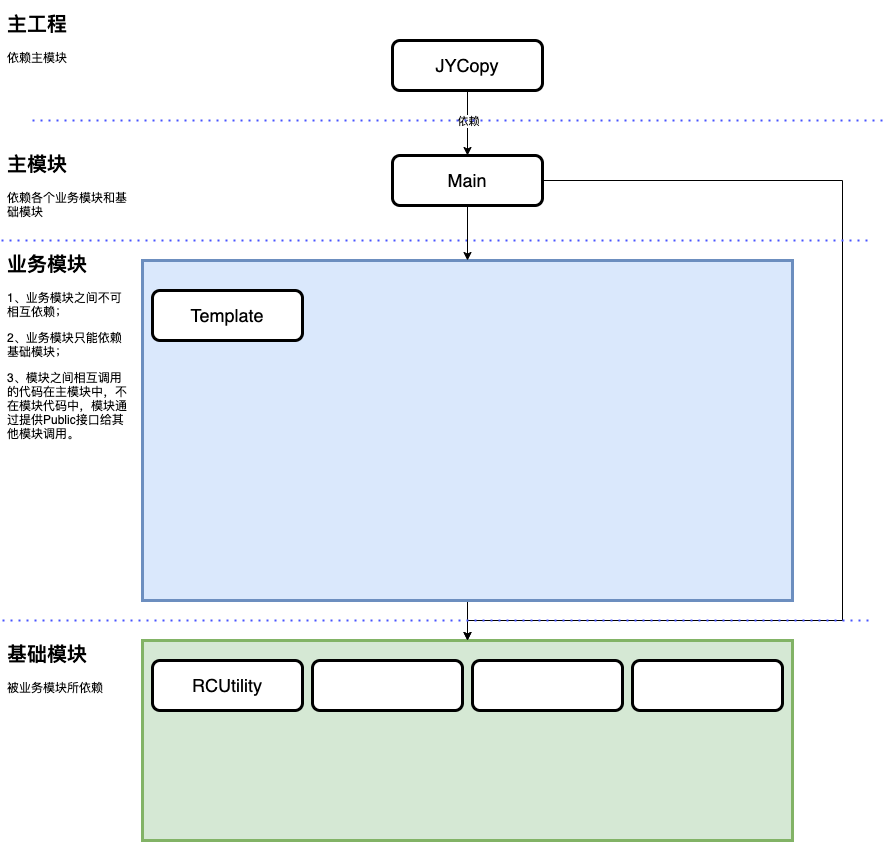
The draw.io diagram Doc/架构图.png in rccrx/JYCopy, before a commit. Source tidied: cells renumbered, new cells last; positions are measured from the earlier drawing's top-left corner, leaving out a move shared by most shapes.
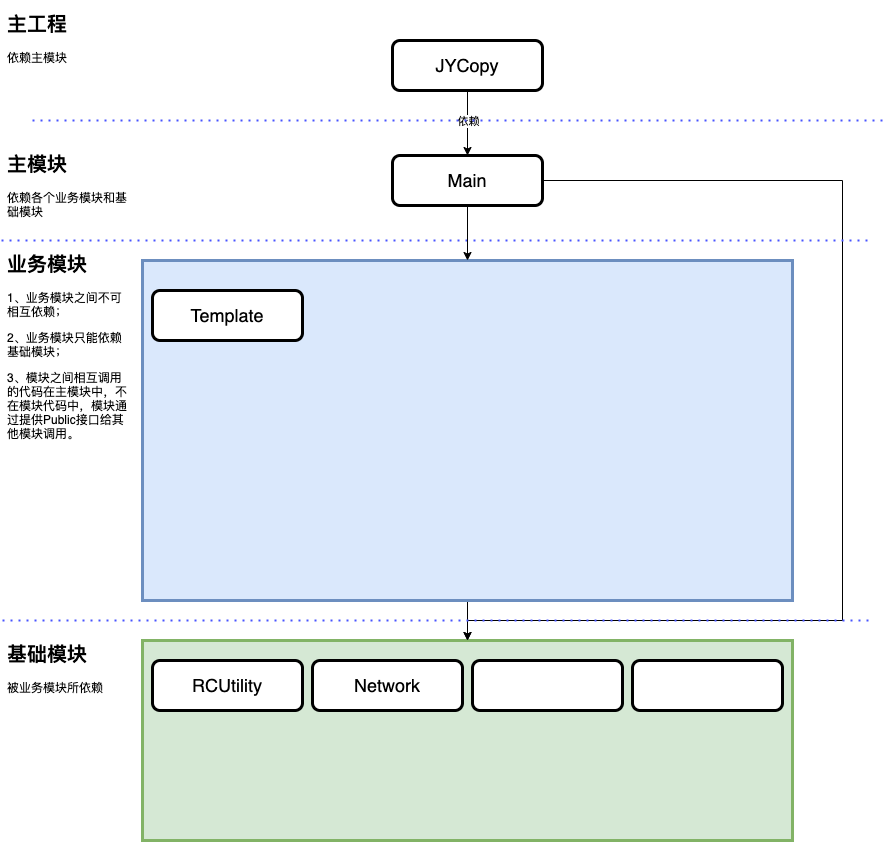
Above is the later version.

The edit, as a diff of the source:
```diff
@@ -43,7 +43,7 @@
         <mxPoint x="871" y="610" as="targetPoint" />
       </mxGeometry>
     </mxCell>
-    <mxCell id="10" style="shape=ext;rounded=1;html=1;whiteSpace=wrap;strokeWidth=3;perimeterSpacing=0;sketch=0;" parent="1" vertex="1">
+    <mxCell id="10" value="&lt;span style=&quot;font-size: 18px&quot;&gt;Network&lt;br&gt;&lt;/span&gt;" style="shape=ext;rounded=1;html=1;whiteSpace=wrap;strokeWidth=3;perimeterSpacing=0;sketch=0;" parent="1" vertex="1">
       <mxGeometry x="311" y="650" width="150" height="50" as="geometry" />
     </mxCell>
     <mxCell id="11" style="endArrow=none;dashed=1;html=1;dashPattern=1 3;strokeWidth=2;fontSize=16;strokeColor=#4754FF;" parent="1" edge="1">
```
